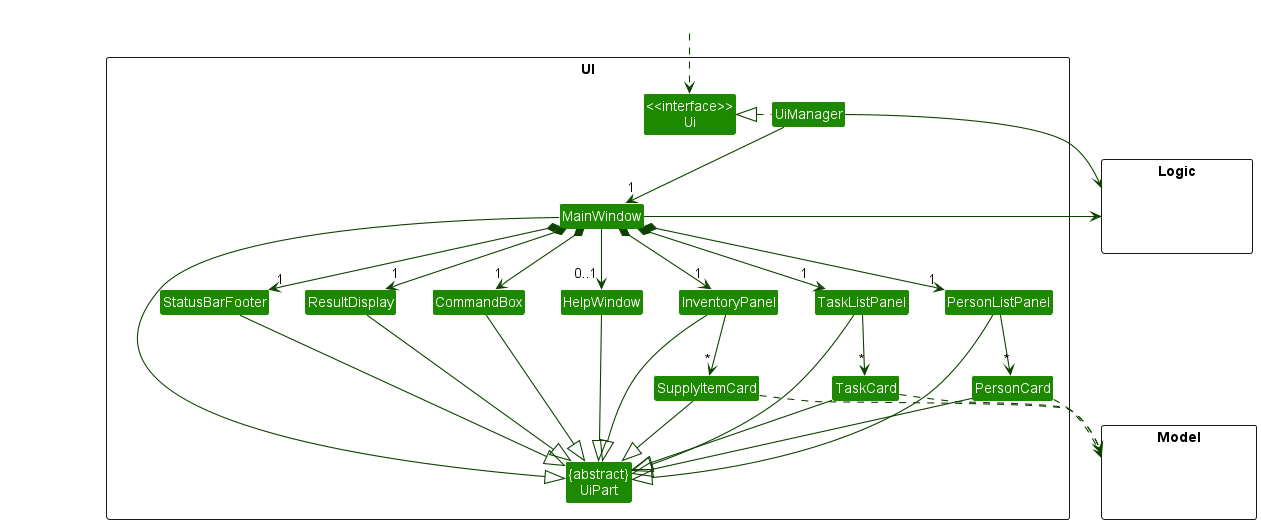
This is docs/images/UiClassDiagram.png from nus-cs2103-AY2223S1/tp, a PlantUML export, as it was before one commit.
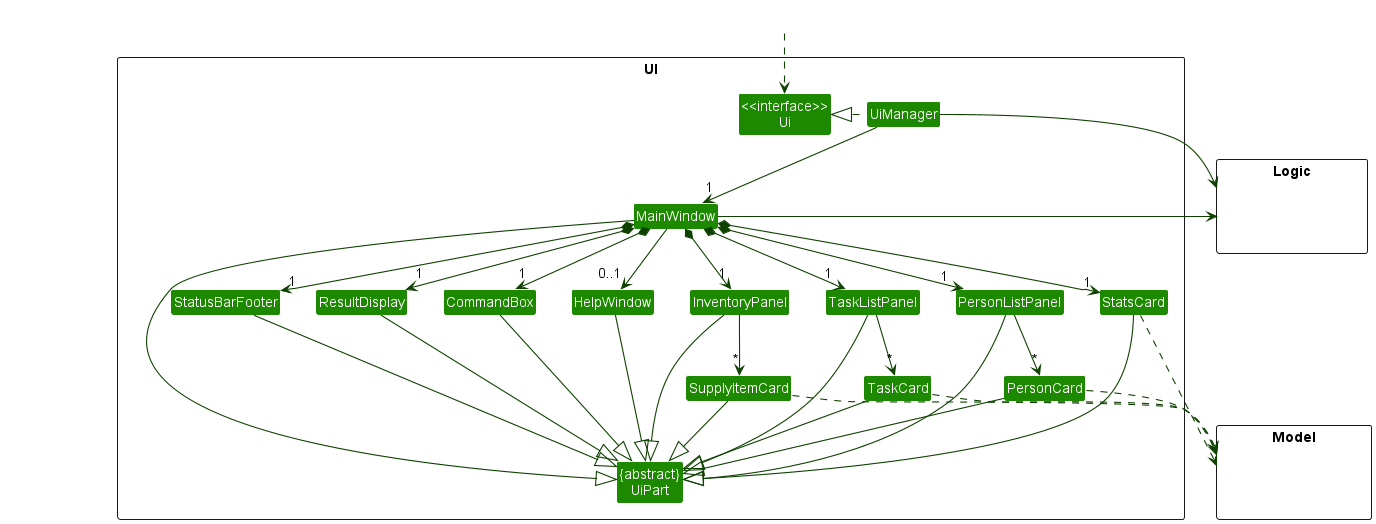
After the commit.

The edit, as a diff of the source:
```diff
@@ -17,6 +17,7 @@
 Class TaskCard
 Class InventoryPanel
 Class SupplyItemCard
+Class StatsCard
 Class StatusBarFooter
 Class CommandBox
 }
@@ -39,6 +40,7 @@
 MainWindow *-down-> "1" PersonListPanel
 MainWindow *-down-> "1" TaskListPanel
 MainWindow *-down-> "1" InventoryPanel
+MainWindow *-down-> "1" StatsCard
 MainWindow *-down-> "1" StatusBarFooter
 MainWindow --> "0..1" HelpWindow
 
@@ -56,18 +58,21 @@
 TaskCard --|> UiPart
 PersonCard --|> UiPart
 SupplyItemCard --|> UiPart
+StatsCard --|> UiPart
 StatusBarFooter --|> UiPart
 HelpWindow --|> UiPart
 
 TaskCard ..> Model
 PersonCard ..> Model
 SupplyItemCard ..> Model
+StatsCard ..> Model
 UiManager -right-> Logic
 MainWindow -left-> Logic
 
 PersonListPanel -[hidden]left- HelpWindow
 TaskListPanel -[hidden]left- HelpWindow
 InventoryPanel -[hidden]left- HelpWindow
+StatsCard -[hidden]left- HelpWindow
 HelpWindow -[hidden]left- CommandBox
 CommandBox -[hidden]left- ResultDisplay
 ResultDisplay -[hidden]left- StatusBarFooter
```
